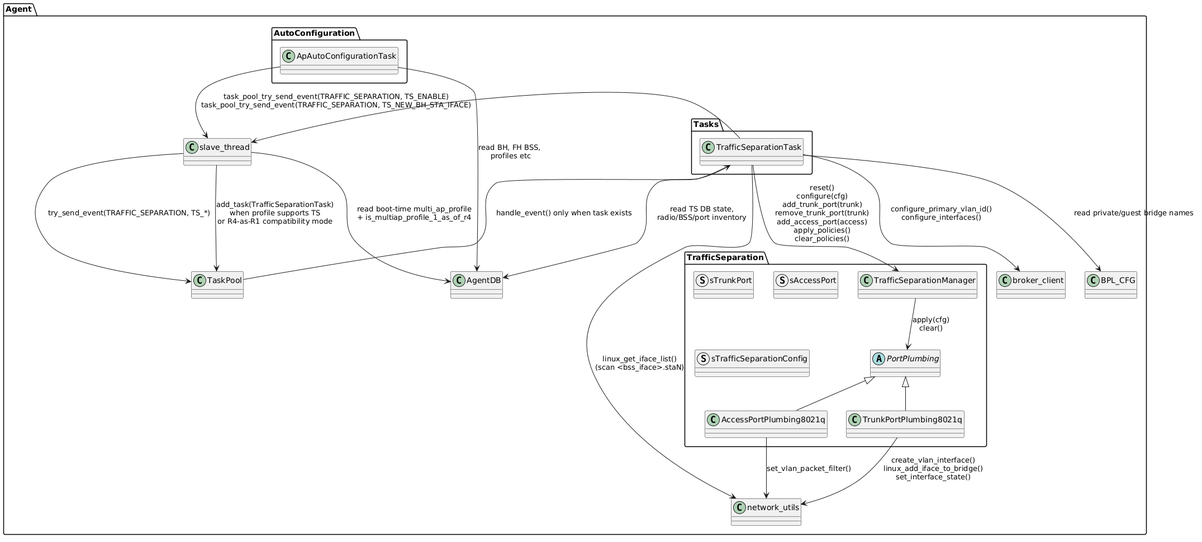
CodeLinaro-mirror/qsdk_oss_prpl-foundation_prplmesh_prplMesh keeps this PlantUML diagram as documentation/images/plantuml/agent/traffic_separation/ts_ComponentD.png. Above is the earlier version.
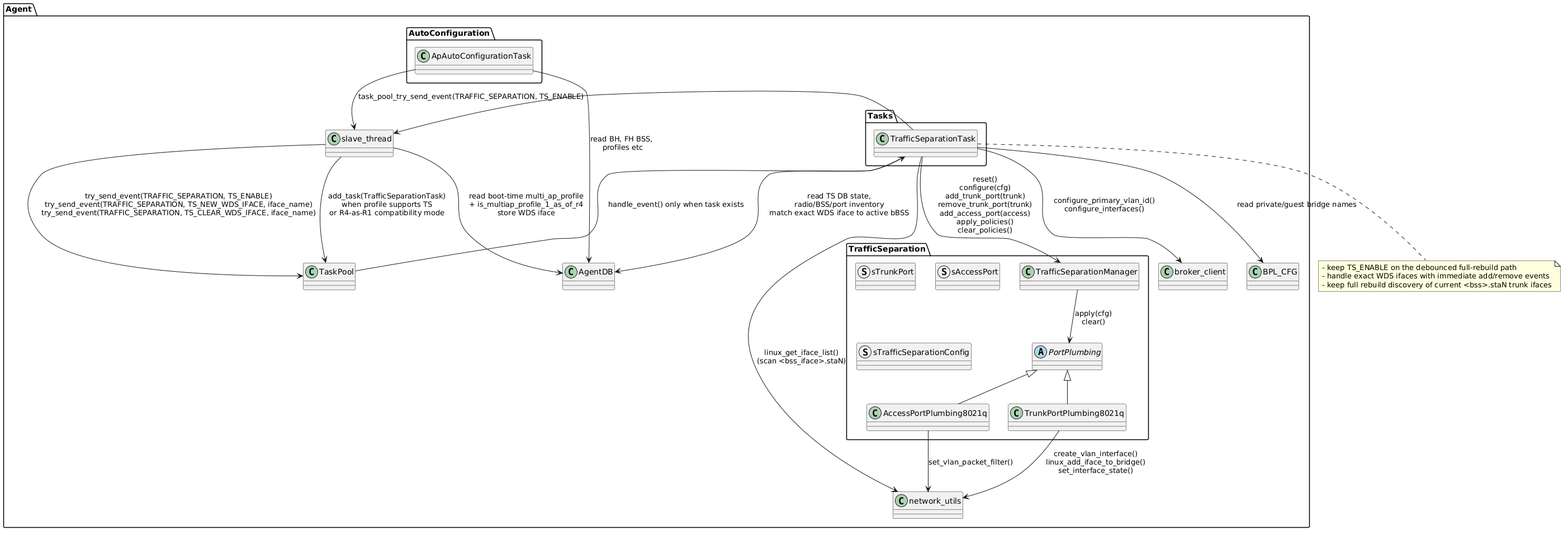
Later version of the same file.

Commit message:
docs: update TS traffic separation diagrams

The edit, as a diff of the source:
```diff
@@ -28,13 +28,13 @@
 }
 
 ApAutoConfigurationTask --> AgentDB : read BH, FH BSS, \nprofiles etc
-ApAutoConfigurationTask --> slave_thread : task_pool_try_send_event(TRAFFIC_SEPARATION, TS_ENABLE)\ntask_pool_try_send_event(TRAFFIC_SEPARATION, TS_NEW_BH_STA_IFACE)
-slave_thread --> AgentDB : read boot-time multi_ap_profile\n+ is_multiap_profile_1_as_of_r4
+ApAutoConfigurationTask --> slave_thread : task_pool_try_send_event(TRAFFIC_SEPARATION, TS_ENABLE)
+slave_thread --> AgentDB : read boot-time multi_ap_profile\n+ is_multiap_profile_1_as_of_r4\nstore WDS iface
 slave_thread --> TaskPool : add_task(TrafficSeparationTask)\nwhen profile supports TS\nor R4-as-R1 compatibility mode
-slave_thread --> TaskPool : try_send_event(TRAFFIC_SEPARATION, TS_*)
+slave_thread --> TaskPool : try_send_event(TRAFFIC_SEPARATION, TS_ENABLE)\ntry_send_event(TRAFFIC_SEPARATION, TS_NEW_WDS_IFACE, iface_name)\ntry_send_event(TRAFFIC_SEPARATION, TS_CLEAR_WDS_IFACE, iface_name)
 TaskPool --> TrafficSeparationTask : handle_event() only when task exists
 
-TrafficSeparationTask --> AgentDB : read TS DB state,\nradio/BSS/port inventory
+TrafficSeparationTask --> AgentDB : read TS DB state,\nradio/BSS/port inventory\nmatch exact WDS iface to active bBSS
 TrafficSeparationTask --> BPL_CFG : read private/guest bridge names
 TrafficSeparationTask --> broker_client : configure_primary_vlan_id()\nconfigure_interfaces()
 TrafficSeparationTask --> TrafficSeparationManager : reset()\nconfigure(cfg)\nadd_trunk_port(trunk)\nremove_trunk_port(trunk)\nadd_access_port(access)\napply_policies()\nclear_policies()
@@ -47,4 +47,10 @@
 
 TrunkPortPlumbing8021q --> network_utils : create_vlan_interface()\nlinux_add_iface_to_bridge()\nset_interface_state()
 AccessPortPlumbing8021q --> network_utils : set_vlan_packet_filter()
+
+note bottom of TrafficSeparationTask
+  - keep TS_ENABLE on the debounced full-rebuild path
+  - handle exact WDS ifaces with immediate add/remove events
+  - keep full rebuild discovery of current <bss>.staN trunk ifaces
+end note
 @enduml
```
